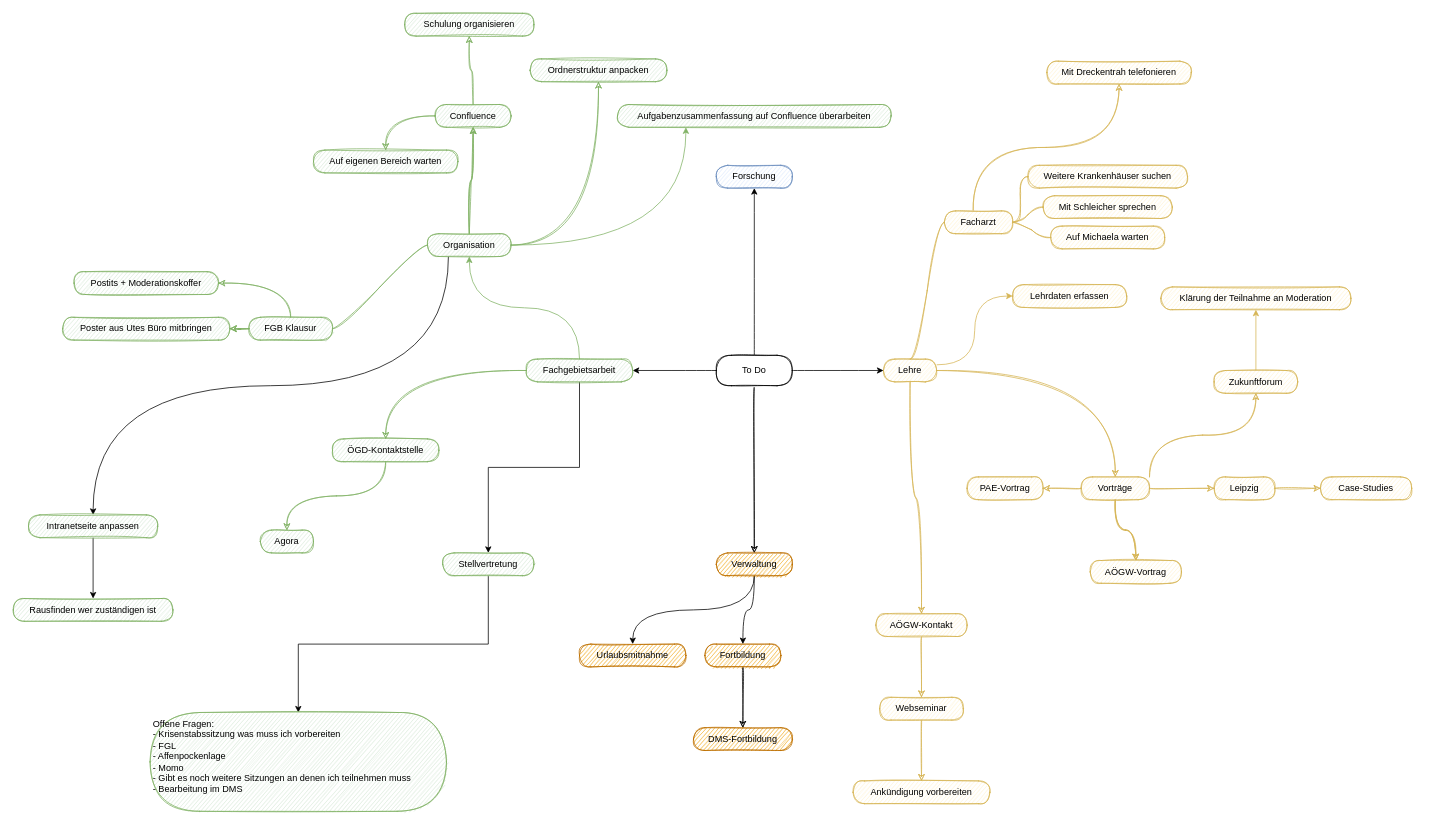
The draw.io diagram drawio/todo.drawio in jakobschumacher/graphs, before the edit. Source tidied: cells renumbered, new cells numbered last; positions are measured from the earlier drawing's top-left corner, leaving out a move shared by most shapes. Both pictures are drawn from the tidied source at 76%, with x=0, y=0 at pixel (13, 13).
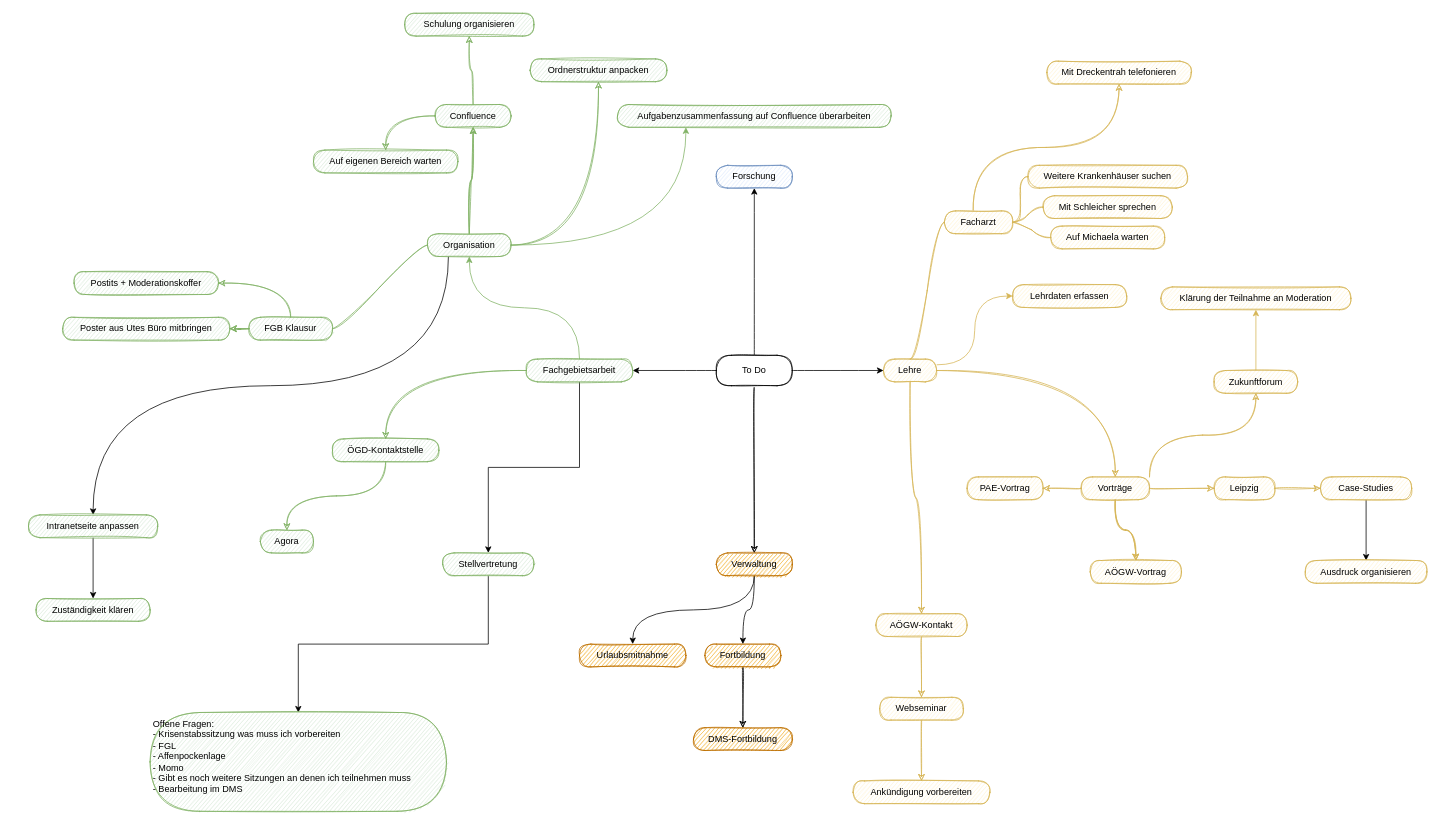
The same page after the edit.

The change refers to these unchanged cells:
```xml
<mxCell id="47" value="Case-Studies" style="whiteSpace=wrap;html=1;rounded=1;arcSize=50;align=center;verticalAlign=middle;strokeWidth=1;spacing=4;newEdgeStyle={&quot;edgeStyle&quot;:&quot;entityRelationEdgeStyle&quot;,&quot;startArrow&quot;:&quot;none&quot;,&quot;endArrow&quot;:&quot;none&quot;,&quot;segment&quot;:10,&quot;curved&quot;:1};sketch=1;fillColor=#fff2cc;strokeColor=#d6b656;" parent="1" vertex="1">
  <mxGeometry x="1720" y="610" width="120" height="30" as="geometry" />
</mxCell>
```

The edit, as a diff of the source:
```diff
@@
+    <mxCell id="82" style="edgeStyle=orthogonalEdgeStyle;rounded=0;jettySize=auto;html=1;" parent="1" edge="1" source="47" target="83">
+      <mxGeometry relative="1" as="geometry" />
+    </mxCell>
@@
-    <mxCell id="81" value="Rausfinden wer zuständigen ist" style="whiteSpace=wrap;html=1;rounded=1;arcSize=50;align=center;verticalAlign=middle;strokeWidth=1;spacing=4;newEdgeStyle={&quot;edgeStyle&quot;:&quot;entityRelationEdgeStyle&quot;,&quot;startArrow&quot;:&quot;none&quot;,&quot;endArrow&quot;:&quot;none&quot;,&quot;segment&quot;:10,&quot;curved&quot;:1};sketch=1;fillColor=#d5e8d4;strokeColor=#82b366;" parent="1" vertex="1">
-      <mxGeometry y="770" width="210" height="30" as="geometry" />
+    <mxCell id="81" value="Zuständigkeit klären" style="whiteSpace=wrap;html=1;rounded=1;arcSize=50;align=center;verticalAlign=middle;strokeWidth=1;spacing=4;newEdgeStyle={&quot;edgeStyle&quot;:&quot;entityRelationEdgeStyle&quot;,&quot;startArrow&quot;:&quot;none&quot;,&quot;endArrow&quot;:&quot;none&quot;,&quot;segment&quot;:10,&quot;curved&quot;:1};sketch=1;fillColor=#d5e8d4;strokeColor=#82b366;" parent="1" vertex="1">
+      <mxGeometry x="30" y="770" width="150" height="30" as="geometry" />
     </mxCell>
+    <mxCell id="83" value="Ausdruck organisieren" style="whiteSpace=wrap;html=1;rounded=1;arcSize=50;align=center;verticalAlign=middle;strokeWidth=1;spacing=4;newEdgeStyle={&quot;edgeStyle&quot;:&quot;entityRelationEdgeStyle&quot;,&quot;startArrow&quot;:&quot;none&quot;,&quot;endArrow&quot;:&quot;none&quot;,&quot;segment&quot;:10,&quot;curved&quot;:1};sketch=1;fillColor=#fff2cc;strokeColor=#d6b656;" parent="1" vertex="1">
+      <mxGeometry x="1700" y="720" width="160" height="30" as="geometry" />
+    </mxCell>
```
